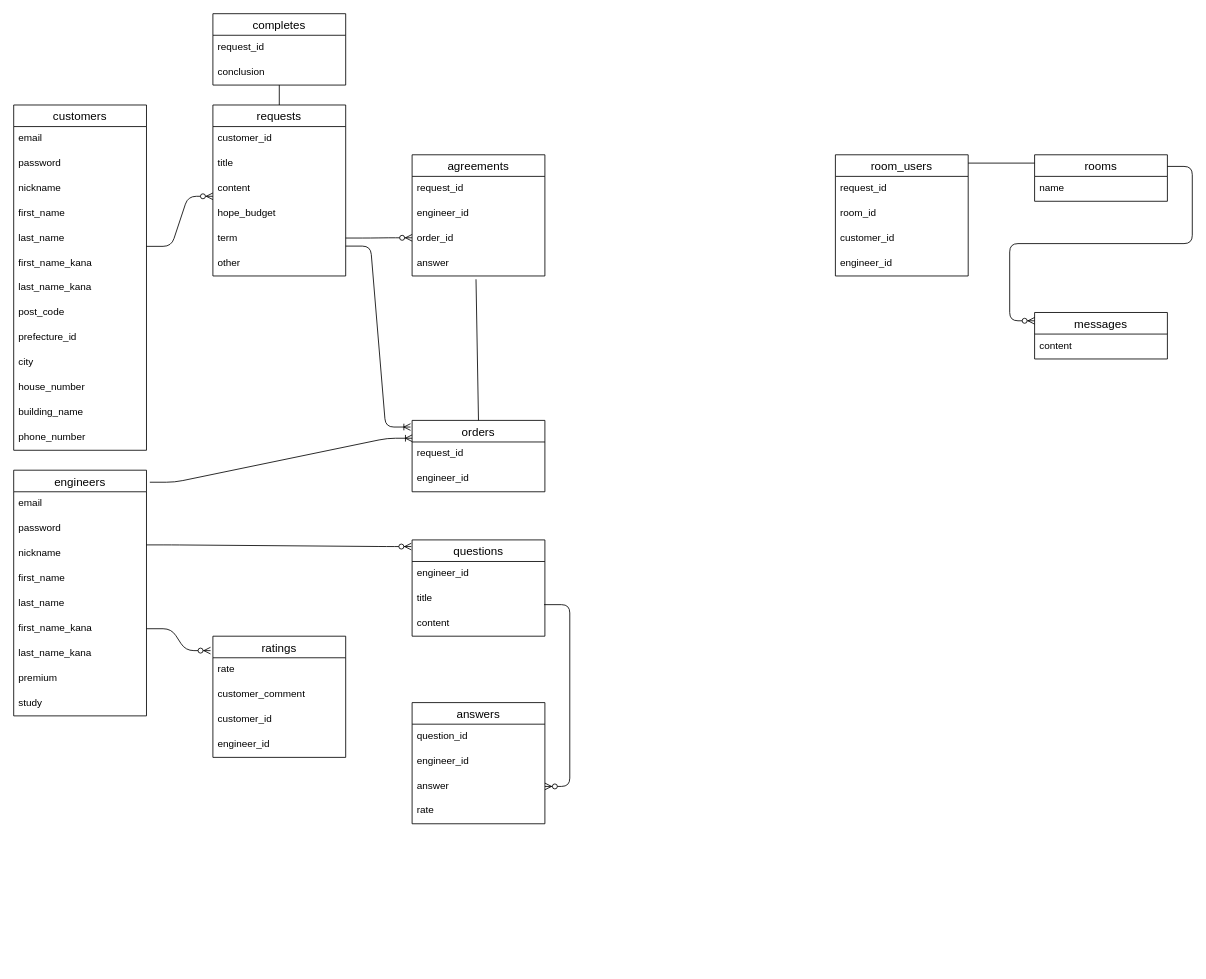
The draw.io diagram er.dio in ikun2019/exece_bridge, before the edit. Source tidied: cells renumbered, new cells numbered last; positions are measured from the earlier drawing's top-left corner, leaving out a move shared by most shapes. Both pictures are drawn from the tidied source at 83%, with x=0, y=0 at pixel (13, 13).
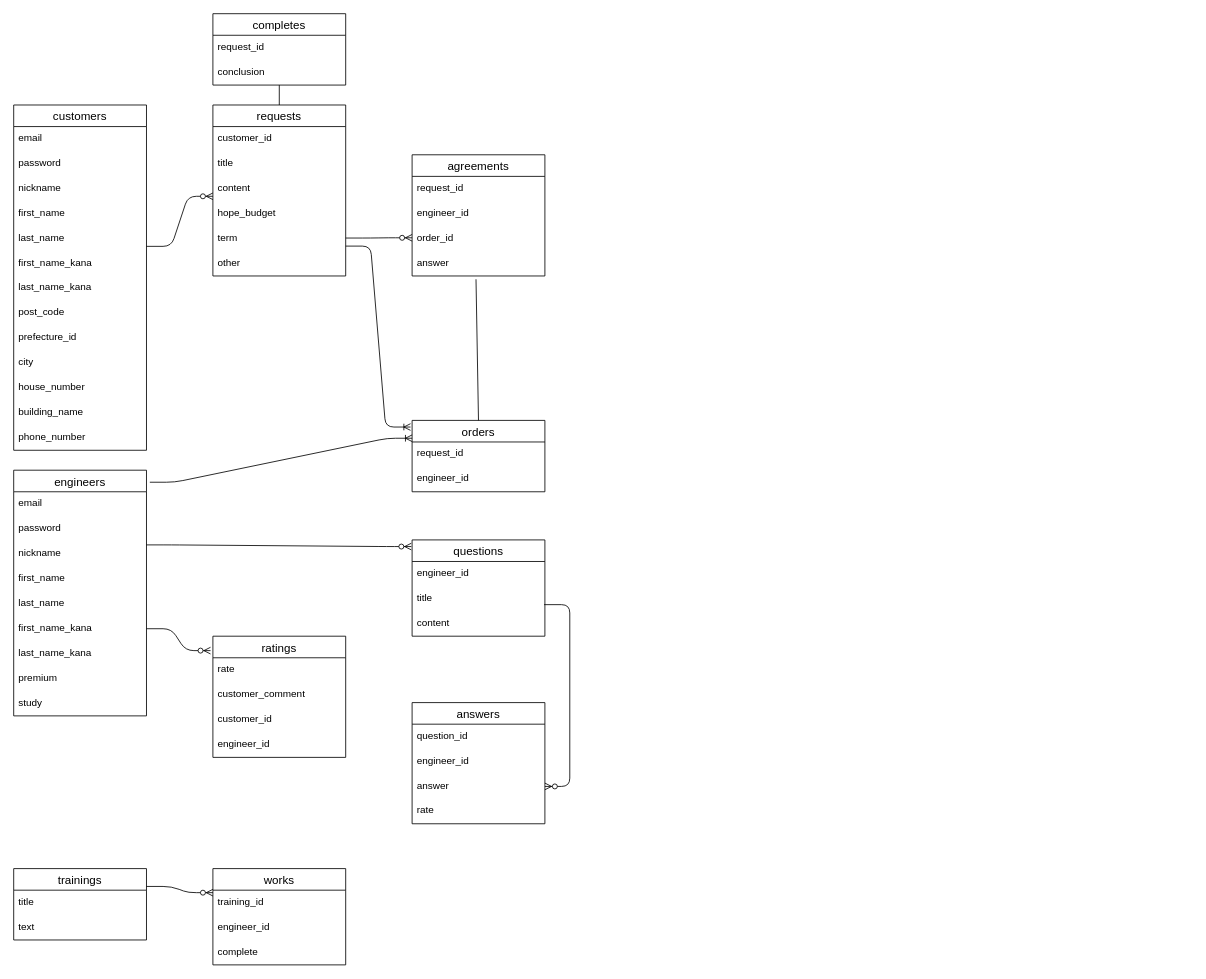
The same diagram, later.

Commit message (it also covers changes not shown here):
ER図とReadMeの作成

Diff of the diagram source:
```diff
@@
-    <mxCell id="39" value="room_users" style="swimlane;fontStyle=0;horizontal=1;startSize=26;align=center;fontSize=14;" parent="1" vertex="1">
-      <mxGeometry x="990" y="170" width="160" height="146" as="geometry" />
-    </mxCell>
-    <mxCell id="40" value="request_id" style="text;strokeColor=none;fillColor=none;spacingLeft=4;spacingRight=4;overflow=hidden;fontSize=12;" parent="39" vertex="1">
-      <mxGeometry y="26" width="160" height="30" as="geometry" />
-    </mxCell>
-    <mxCell id="41" value="room_id" style="text;strokeColor=none;fillColor=none;spacingLeft=4;spacingRight=4;overflow=hidden;fontSize=12;" parent="39" vertex="1">
-      <mxGeometry y="56" width="160" height="30" as="geometry" />
-    </mxCell>
-    <mxCell id="42" value="customer_id" style="text;strokeColor=none;fillColor=none;spacingLeft=4;spacingRight=4;overflow=hidden;fontSize=12;" parent="39" vertex="1">
-      <mxGeometry y="86" width="160" height="30" as="geometry" />
-    </mxCell>
-    <mxCell id="43" value="engineer_id" style="text;strokeColor=none;fillColor=none;spacingLeft=4;spacingRight=4;overflow=hidden;fontSize=12;" parent="39" vertex="1">
-      <mxGeometry y="116" width="160" height="30" as="geometry" />
-    </mxCell>
-    <mxCell id="44" value="rooms" style="swimlane;fontStyle=0;horizontal=1;startSize=26;align=center;fontSize=14;" parent="1" vertex="1">
-      <mxGeometry x="1230" y="170" width="160" height="56" as="geometry" />
-    </mxCell>
-    <mxCell id="45" value="name" style="text;strokeColor=none;fillColor=none;spacingLeft=4;spacingRight=4;overflow=hidden;fontSize=12;" parent="44" vertex="1">
-      <mxGeometry y="26" width="160" height="30" as="geometry" />
-    </mxCell>
@@
-    <mxCell id="47" value="messages" style="swimlane;fontStyle=0;horizontal=1;startSize=26;align=center;fontSize=14;" parent="1" vertex="1">
-      <mxGeometry x="1230" y="360" width="160" height="56" as="geometry" />
-    </mxCell>
-    <mxCell id="48" value="content" style="text;strokeColor=none;fillColor=none;spacingLeft=4;spacingRight=4;overflow=hidden;fontSize=12;" parent="47" vertex="1">
-      <mxGeometry y="26" width="160" height="30" as="geometry" />
-    </mxCell>
-    <mxCell id="49" style="edgeStyle=entityRelationEdgeStyle;fontSize=12;html=1;endArrow=ERzeroToMany;endFill=1;exitX=1;exitY=0.25;exitDx=0;exitDy=0;" parent="1" edge="1" source="44">
-      <mxGeometry relative="1" as="geometry">
-        <mxPoint x="1230" y="370" as="targetPoint" />
-      </mxGeometry>
-    </mxCell>
@@
-    <mxCell id="53" style="endArrow=none;html=1;rounded=0;" parent="1" edge="1">
-      <mxGeometry relative="1" as="geometry">
-        <mxPoint x="1150" y="180" as="sourcePoint" />
-        <mxPoint x="1230" y="180" as="targetPoint" />
-      </mxGeometry>
-    </mxCell>
@@
+    <mxCell id="78" value="trainings" style="swimlane;fontStyle=0;horizontal=1;startSize=26;align=center;fontSize=14;" parent="1" vertex="1">
+      <mxGeometry y="1030" width="160" height="86" as="geometry" />
+    </mxCell>
+    <mxCell id="79" value="title" style="text;strokeColor=none;fillColor=none;spacingLeft=4;spacingRight=4;overflow=hidden;fontSize=12;" parent="78" vertex="1">
+      <mxGeometry y="26" width="160" height="30" as="geometry" />
+    </mxCell>
+    <mxCell id="80" value="text" style="text;strokeColor=none;fillColor=none;spacingLeft=4;spacingRight=4;overflow=hidden;fontSize=12;" parent="78" vertex="1">
+      <mxGeometry y="56" width="160" height="30" as="geometry" />
+    </mxCell>
+    <mxCell id="81" value="works" style="swimlane;fontStyle=0;horizontal=1;startSize=26;align=center;fontSize=14;" parent="1" vertex="1">
+      <mxGeometry x="240" y="1030" width="160" height="116" as="geometry" />
+    </mxCell>
+    <mxCell id="82" value="training_id" style="text;strokeColor=none;fillColor=none;spacingLeft=4;spacingRight=4;overflow=hidden;fontSize=12;" parent="81" vertex="1">
+      <mxGeometry y="26" width="160" height="30" as="geometry" />
+    </mxCell>
+    <mxCell id="43" value="engineer_id" style="text;strokeColor=none;fillColor=none;spacingLeft=4;spacingRight=4;overflow=hidden;fontSize=12;" parent="81" vertex="1">
+      <mxGeometry y="56" width="160" height="30" as="geometry" />
+    </mxCell>
+    <mxCell id="83" value="complete" style="text;strokeColor=none;fillColor=none;spacingLeft=4;spacingRight=4;overflow=hidden;fontSize=12;" parent="81" vertex="1">
+      <mxGeometry y="86" width="160" height="30" as="geometry" />
+    </mxCell>
+    <mxCell id="84" style="edgeStyle=entityRelationEdgeStyle;fontSize=12;html=1;endArrow=ERzeroToMany;endFill=1;entryX=0;entryY=0.25;entryDx=0;entryDy=0;exitX=1;exitY=0.25;exitDx=0;exitDy=0;" parent="1" edge="1" source="78" target="81">
+      <mxGeometry relative="1" as="geometry" />
+    </mxCell>
```
